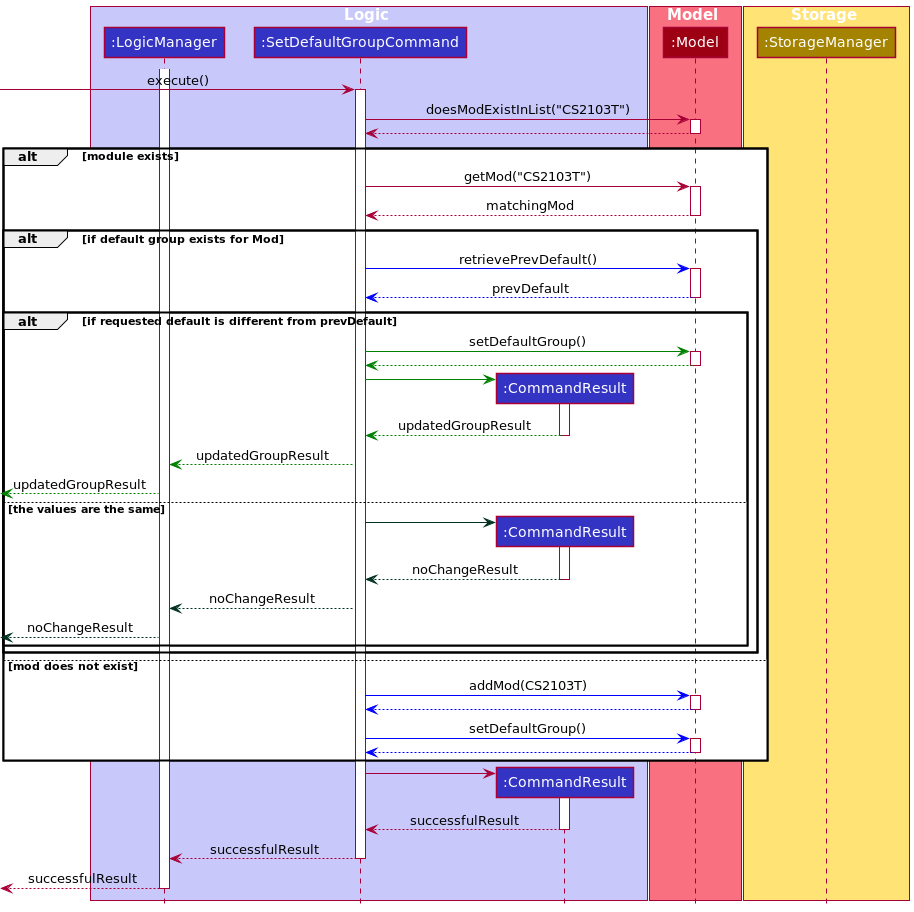
Earlier version of the PlantUML export docs/images/SetDefaultSequenceDiagram.png (s7manth/tp).
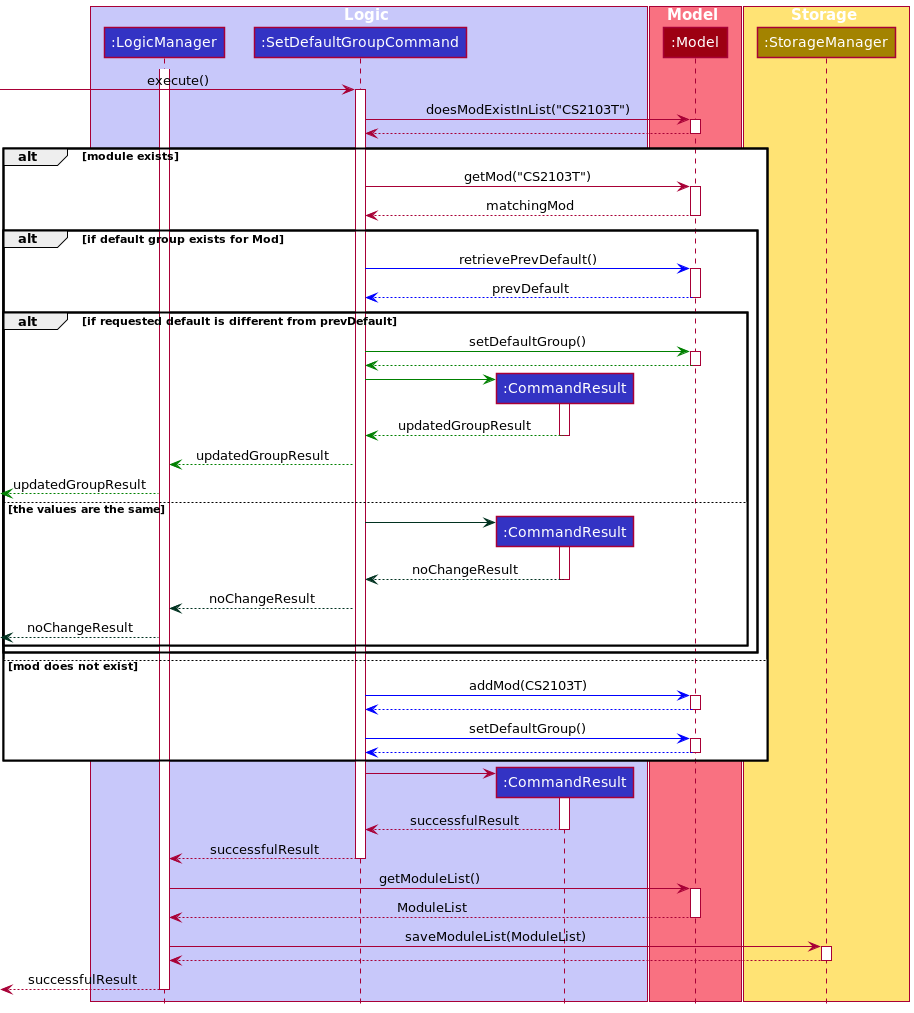
After the change.

The edit, as a diff of the source:
```diff
@@ -97,6 +97,18 @@
 SetDefaultGroupCommand --> LogicManager : successfulResult
 deactivate SetDefaultGroupCommand
 
+LogicManager -> Model :getModuleList()
+activate Model
+
+Model --> LogicManager : ModuleList
+deactivate Model
+
+LogicManager -> sm: saveModuleList(ModuleList)
+activate sm
+
+sm --> LogicManager
+deactivate sm
+
 [<--LogicManager : successfulResult
 deactivate LogicManager
 @enduml
```
